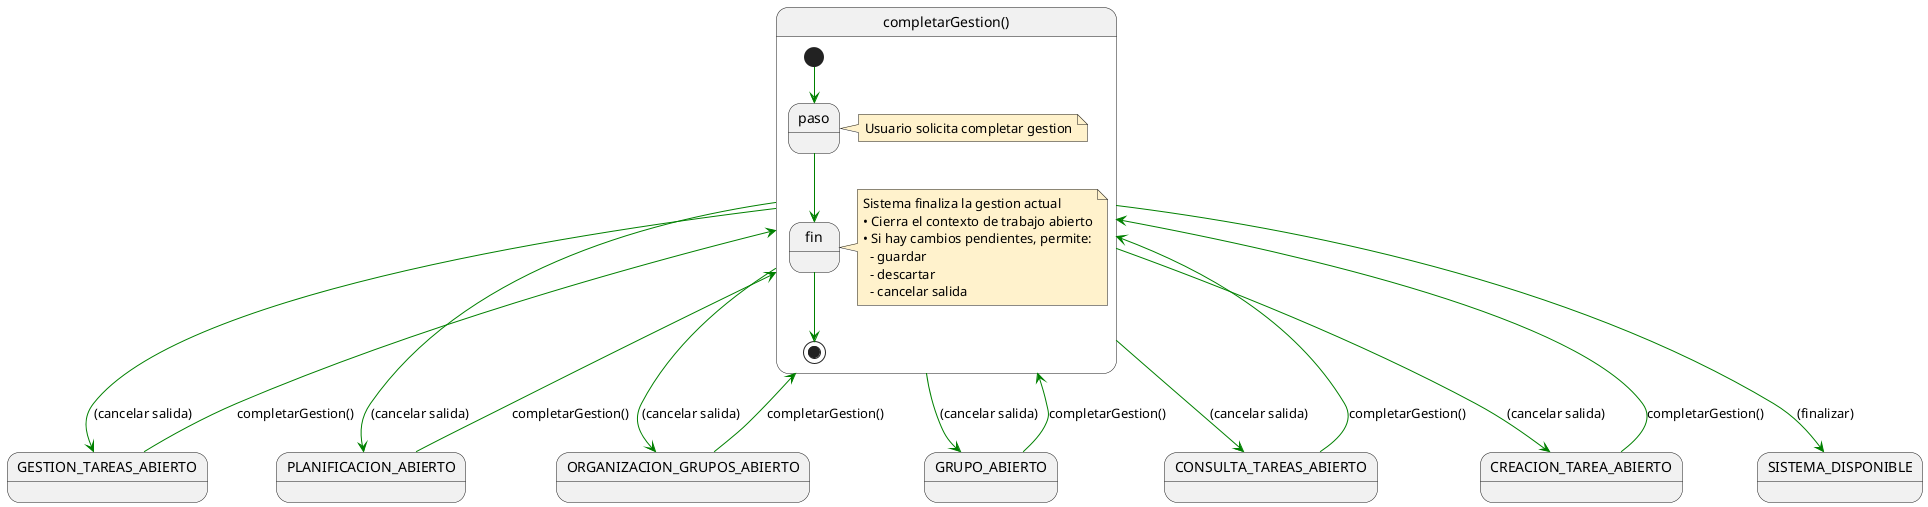
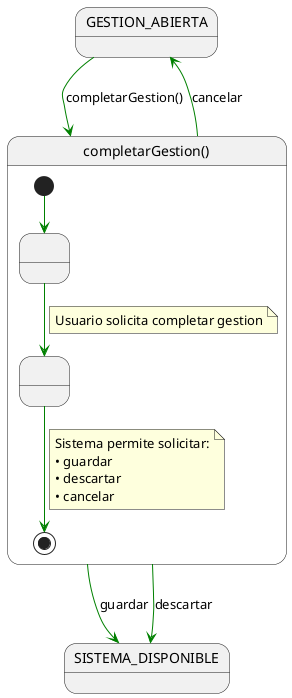
@startuml completarGestion
top to bottom direction
skinparam classAttributeIconSize 0
skinparam ArrowColor Green

+ state "GESTION_ABIERTA" as GESTION_ABIERTA
state "SISTEMA_DISPONIBLE" as SISTEMA_DISPONIBLE
- state "GESTION_TAREAS_ABIERTO" as GESTION_TAREAS_ABIERTO
- state "PLANIFICACION_ABIERTO" as PLANIFICACION_ABIERTO
- state "ORGANIZACION_GRUPOS_ABIERTO" as ORGANIZACION_GRUPOS_ABIERTO
- state "GRUPO_ABIERTO" as GRUPO_ABIERTO
- state "CONSULTA_TAREAS_ABIERTO" as CONSULTA_TAREAS_ABIERTO
- state "CREACION_TAREA_ABIERTO" as CREACION_TAREA_ABIERTO

- state "completarGestion()" as completarGestion {
-   [*] --> paso
+ state "completarGestion()" as UC {

-   note right #FFF2CC
+   [*] --> N1
+ 
+   state " " as N1
+   state " " as N2
+ 
+   N1 --> N2
+   note on link
  Usuario solicita completar gestion
  end note

-   paso --> fin
- 
-   note right #FFF2CC
-   Sistema finaliza la gestion actual
-   • Cierra el contexto de trabajo abierto
-   • Si hay cambios pendientes, permite:
-     - guardar
-     - descartar
-     - cancelar salida
+   N2 --> [*]
+   note on link
+   Sistema permite solicitar:
+   • guardar
+   • descartar
+   • cancelar
  end note
- 
-   fin --> [*]
}

- GESTION_TAREAS_ABIERTO --> completarGestion : completarGestion()
- PLANIFICACION_ABIERTO --> completarGestion : completarGestion()
- ORGANIZACION_GRUPOS_ABIERTO --> completarGestion : completarGestion()
- GRUPO_ABIERTO --> completarGestion : completarGestion()
- CONSULTA_TAREAS_ABIERTO --> completarGestion : completarGestion()
- CREACION_TAREA_ABIERTO --> completarGestion : completarGestion()
- 
- completarGestion --> SISTEMA_DISPONIBLE : (finalizar)
- completarGestion --> GESTION_TAREAS_ABIERTO : (cancelar salida)
- completarGestion --> PLANIFICACION_ABIERTO : (cancelar salida)
- completarGestion --> ORGANIZACION_GRUPOS_ABIERTO : (cancelar salida)
- completarGestion --> GRUPO_ABIERTO : (cancelar salida)
- completarGestion --> CONSULTA_TAREAS_ABIERTO : (cancelar salida)
- completarGestion --> CREACION_TAREA_ABIERTO : (cancelar salida)
+ GESTION_ABIERTA --> UC : completarGestion()
+ UC --> SISTEMA_DISPONIBLE : guardar
+ UC --> SISTEMA_DISPONIBLE : descartar
+ UC --> GESTION_ABIERTA : cancelar

@enduml
